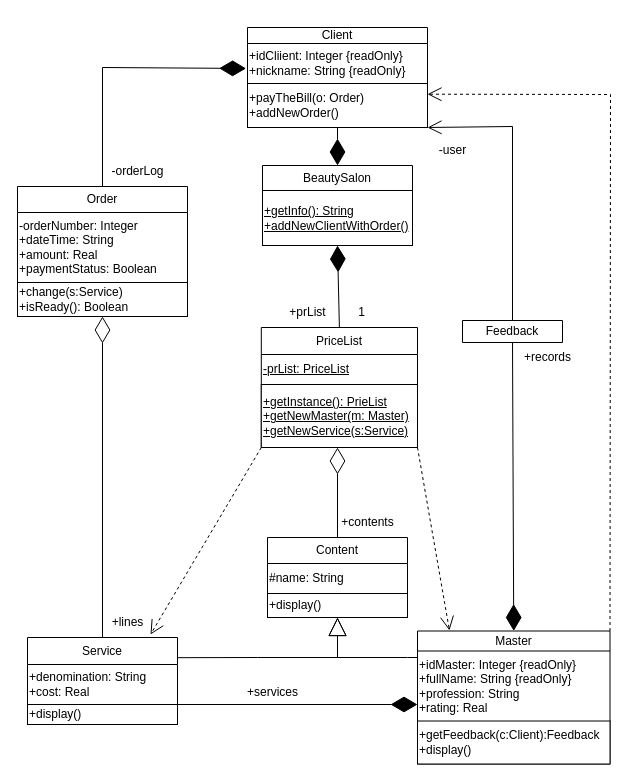
Earlier version of the draw.io diagram classUML.drawio (Artvell3000/umlLab2). Source tidied: cells renumbered, new cells numbered last; positions are measured from the earlier drawing's top-left corner, leaving out a move shared by most shapes. Both pictures are drawn from the tidied source at 100%, with x=0, y=0 at pixel (17, 27).
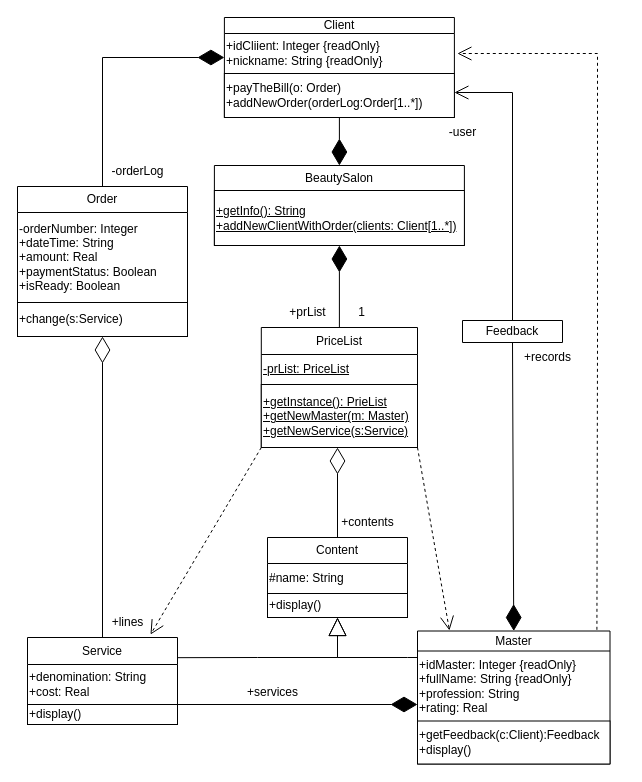
The same diagram, later.

Unchanged cells that the change refers to:
```xml
<mxCell id="8" value="Master" style="swimlane;fontStyle=0;horizontal=1;startSize=20;fillColor=none;whiteSpace=wrap;html=1;" parent="1" vertex="1">
  <mxGeometry x="400" y="603.5" width="192.5" height="133" as="geometry" />
</mxCell>
<mxCell id="17" value="Feedback" style="swimlane;fontStyle=0;horizontal=1;startSize=32;fillColor=none;whiteSpace=wrap;html=1;" parent="1" vertex="1">
  <mxGeometry x="445" y="293" width="100" height="22" as="geometry" />
</mxCell>
```

Diff of the diagram source:
```diff
@@
     <mxCell id="2" value="Order" style="swimlane;fontStyle=0;horizontal=1;startSize=26;fillColor=none;whiteSpace=wrap;html=1;" parent="1" vertex="1">
-      <mxGeometry y="159" width="170" height="130" as="geometry" />
+      <mxGeometry y="159" width="170" height="150" as="geometry" />
     </mxCell>
-    <mxCell id="3" value="&lt;div style=&quot;&quot;&gt;-orderN&lt;span style=&quot;background-color: initial;&quot;&gt;umber: Integer&lt;/span&gt;&lt;/div&gt;&lt;div style=&quot;&quot;&gt;&lt;div style=&quot;&quot;&gt;&lt;span style=&quot;background-color: initial;&quot;&gt;+dateTime: String&lt;/span&gt;&lt;/div&gt;&lt;span style=&quot;background-color: initial;&quot;&gt;&lt;div style=&quot;&quot;&gt;&lt;span style=&quot;background-color: initial;&quot;&gt;+amount: Real&lt;br&gt;+&lt;/span&gt;paymentStatus: Boolean&lt;/div&gt;&lt;/span&gt;&lt;/div&gt;" style="text;html=1;align=left;verticalAlign=middle;strokeColor=none;fillColor=none;" parent="2" vertex="1">
-      <mxGeometry y="26" width="170" height="70" as="geometry" />
+    <mxCell id="3" value="&lt;div style=&quot;&quot;&gt;-orderN&lt;span style=&quot;background-color: initial;&quot;&gt;umber: Integer&lt;/span&gt;&lt;/div&gt;&lt;div style=&quot;&quot;&gt;&lt;div style=&quot;&quot;&gt;&lt;span style=&quot;background-color: initial;&quot;&gt;+dateTime: String&lt;/span&gt;&lt;/div&gt;&lt;span style=&quot;background-color: initial;&quot;&gt;&lt;div style=&quot;&quot;&gt;&lt;span style=&quot;background-color: initial;&quot;&gt;+amount: Real&lt;br&gt;+&lt;/span&gt;paymentStatus: Boolean&lt;/div&gt;&lt;div style=&quot;&quot;&gt;+isReady: Boolean&lt;br&gt;&lt;/div&gt;&lt;/span&gt;&lt;/div&gt;" style="text;html=1;align=left;verticalAlign=middle;strokeColor=none;fillColor=none;" parent="2" vertex="1">
+      <mxGeometry y="26" width="170" height="90" as="geometry" />
     </mxCell>
-    <mxCell id="4" value="+change(s:Service)&lt;br&gt;+isReady(): Boolean" style="whiteSpace=wrap;html=1;align=left;" parent="2" vertex="1">
-      <mxGeometry y="96" width="170" height="34" as="geometry" />
+    <mxCell id="4" value="+change(s:Service)" style="whiteSpace=wrap;html=1;align=left;" parent="2" vertex="1">
+      <mxGeometry y="116" width="170" height="34" as="geometry" />
     </mxCell>
@@
     <mxCell id="11" value="Client" style="swimlane;fontStyle=0;horizontal=1;startSize=16;fillColor=none;whiteSpace=wrap;html=1;" parent="1" vertex="1">
-      <mxGeometry x="230" width="180" height="100" as="geometry" />
+      <mxGeometry x="206.9" y="-10" width="230" height="100" as="geometry" />
     </mxCell>
     <mxCell id="12" value="+idCliient: Integer {readOnly}&lt;br&gt;+nickname: String {readOnly}" style="text;html=1;align=left;verticalAlign=middle;points=[];strokeColor=none;fillColor=none;" parent="11" vertex="1">
-      <mxGeometry y="16" width="180" height="40" as="geometry" />
+      <mxGeometry y="16" width="230" height="40" as="geometry" />
     </mxCell>
-    <mxCell id="13" value="+payTheBill(o: Order)&lt;br&gt;+addNewOrder()" style="whiteSpace=wrap;html=1;align=left;" parent="11" vertex="1">
-      <mxGeometry y="56" width="180" height="44" as="geometry" />
+    <mxCell id="13" value="+payTheBill(o: Order)&lt;br&gt;+addNewOrder(orderLog:Order[1..*])" style="whiteSpace=wrap;html=1;align=left;" parent="11" vertex="1">
+      <mxGeometry y="56" width="230" height="44" as="geometry" />
     </mxCell>
     <mxCell id="14" value="BeautySalon" style="swimlane;fontStyle=0;horizontal=1;startSize=25;fillColor=none;whiteSpace=wrap;html=1;" parent="1" vertex="1">
-      <mxGeometry x="245" y="138" width="150" height="80" as="geometry" />
+      <mxGeometry x="196.9" y="138" width="250" height="80" as="geometry" />
     </mxCell>
-    <mxCell id="15" value="&lt;u&gt;+getInfo(): String&lt;br&gt;+addNewClientWithOrder()&lt;br&gt;&lt;/u&gt;" style="rounded=0;whiteSpace=wrap;html=1;align=left;" parent="14" vertex="1">
-      <mxGeometry y="25" width="150" height="55" as="geometry" />
+    <mxCell id="15" value="&lt;u&gt;+getInfo(): String&lt;br&gt;+addNewClientWithOrder(clients: Client[1..*])&lt;br&gt;&lt;/u&gt;" style="rounded=0;whiteSpace=wrap;html=1;align=left;" parent="14" vertex="1">
+      <mxGeometry y="25" width="250" height="55" as="geometry" />
     </mxCell>
@@
-    <mxCell id="19" style="endArrow=diamondThin;endFill=1;endSize=24;html=1;rounded=0;exitX=0.5;exitY=0;exitDx=0;exitDy=0;entryX=-0.008;entryY=0.624;entryDx=0;entryDy=0;entryPerimeter=0;" parent="1" edge="1" source="2" target="12">
+    <mxCell id="19" style="endArrow=diamondThin;endFill=1;endSize=24;html=1;rounded=0;exitX=0.5;exitY=0;exitDx=0;exitDy=0;entryX=0;entryY=0.6;entryDx=0;entryDy=0;entryPerimeter=0;" parent="1" edge="1" source="2" target="12">
       <mxGeometry relative="1" as="geometry">
         <Array as="points">
-          <mxPoint x="85" y="40" />
+          <mxPoint x="85" y="30" />
         </Array>
       </mxGeometry>
     </mxCell>
@@
     <mxCell id="26" value="-user" style="text;html=1;align=center;verticalAlign=middle;strokeColor=none;fillColor=none;" parent="1" vertex="1">
-      <mxGeometry x="410" y="108" width="50" height="30" as="geometry" />
+      <mxGeometry x="420" y="90" width="50" height="30" as="geometry" />
     </mxCell>
@@
-    <mxCell id="41" style="endArrow=open;endFill=1;endSize=12;html=1;rounded=0;exitX=0.5;exitY=0;exitDx=0;exitDy=0;" parent="1" edge="1" source="17">
+    <mxCell id="41" style="endArrow=open;endFill=1;endSize=12;html=1;rounded=0;exitX=0.5;exitY=0;exitDx=0;exitDy=0;entryX=1;entryY=0.75;entryDx=0;entryDy=0;" parent="1" edge="1" source="17" target="11">
       <mxGeometry relative="1" as="geometry">
-        <mxPoint x="410" y="100" as="targetPoint" />
         <Array as="points">
-          <mxPoint x="495" y="99" />
+          <mxPoint x="495" y="65" />
         </Array>
       </mxGeometry>
     </mxCell>
-    <mxCell id="42" style="endArrow=open;endSize=12;dashed=1;html=1;rounded=0;exitX=1;exitY=0;exitDx=0;exitDy=0;entryX=1;entryY=0.442;entryDx=0;entryDy=0;entryPerimeter=0;" parent="1" edge="1" source="8">
+    <mxCell id="42" style="endArrow=open;endSize=12;dashed=1;html=1;rounded=0;exitX=0.932;exitY=-0.009;exitDx=0;exitDy=0;entryX=1.013;entryY=0.5;entryDx=0;entryDy=0;entryPerimeter=0;exitPerimeter=0;" parent="1" edge="1" source="8" target="12">
       <mxGeometry relative="1" as="geometry">
-        <mxPoint x="410" y="66.7" as="targetPoint" />
         <Array as="points">
-          <mxPoint x="593" y="67" />
+          <mxPoint x="580" y="320" />
+          <mxPoint x="580" y="26" />
         </Array>
       </mxGeometry>
     </mxCell>
```
